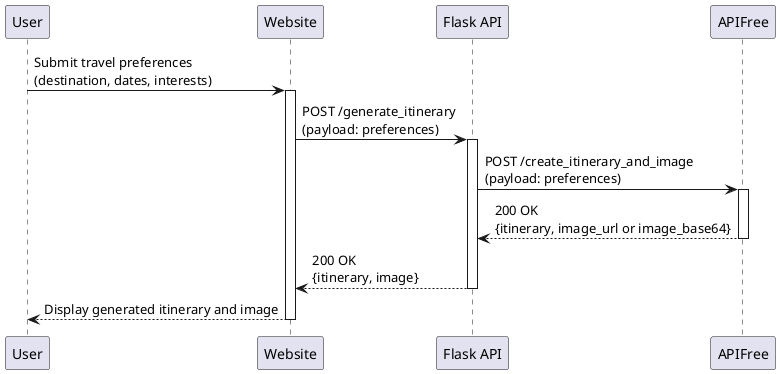
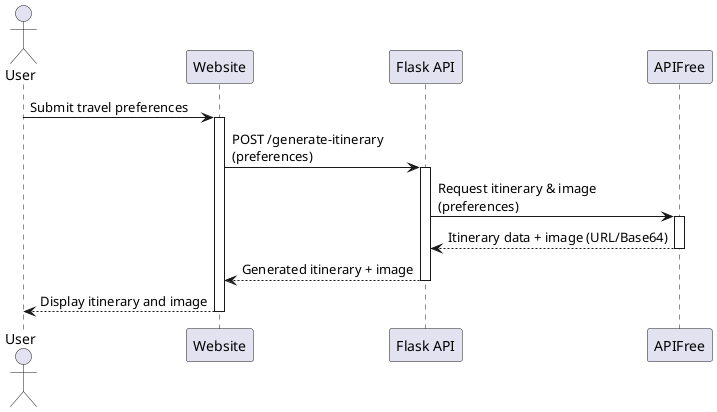
@startuml
- participant User
+ actor User
participant Website
- participant "Flask API" as API
- participant "APIFree" as APIFree
+ participant "Flask API" as FlaskAPI
+ participant APIFree

- User -> Website: Submit travel preferences\n(destination, dates, interests)
+ User -> Website: Submit travel preferences
activate Website

- Website -> API: POST /generate_itinerary\n(payload: preferences)
- activate API
+ Website -> FlaskAPI: POST /generate-itinerary\n(preferences)
+ activate FlaskAPI

- API -> APIFree: POST /create_itinerary_and_image\n(payload: preferences)
+ FlaskAPI -> APIFree: Request itinerary & image\n(preferences)
activate APIFree

- APIFree --> API: 200 OK\n{itinerary, image_url or image_base64}
+ APIFree --> FlaskAPI: Itinerary data + image (URL/Base64)
deactivate APIFree

- API --> Website: 200 OK\n{itinerary, image}
- deactivate API
+ FlaskAPI --> Website: Generated itinerary + image
+ deactivate FlaskAPI

- Website --> User: Display generated itinerary and image
+ Website --> User: Display itinerary and image
deactivate Website
@enduml